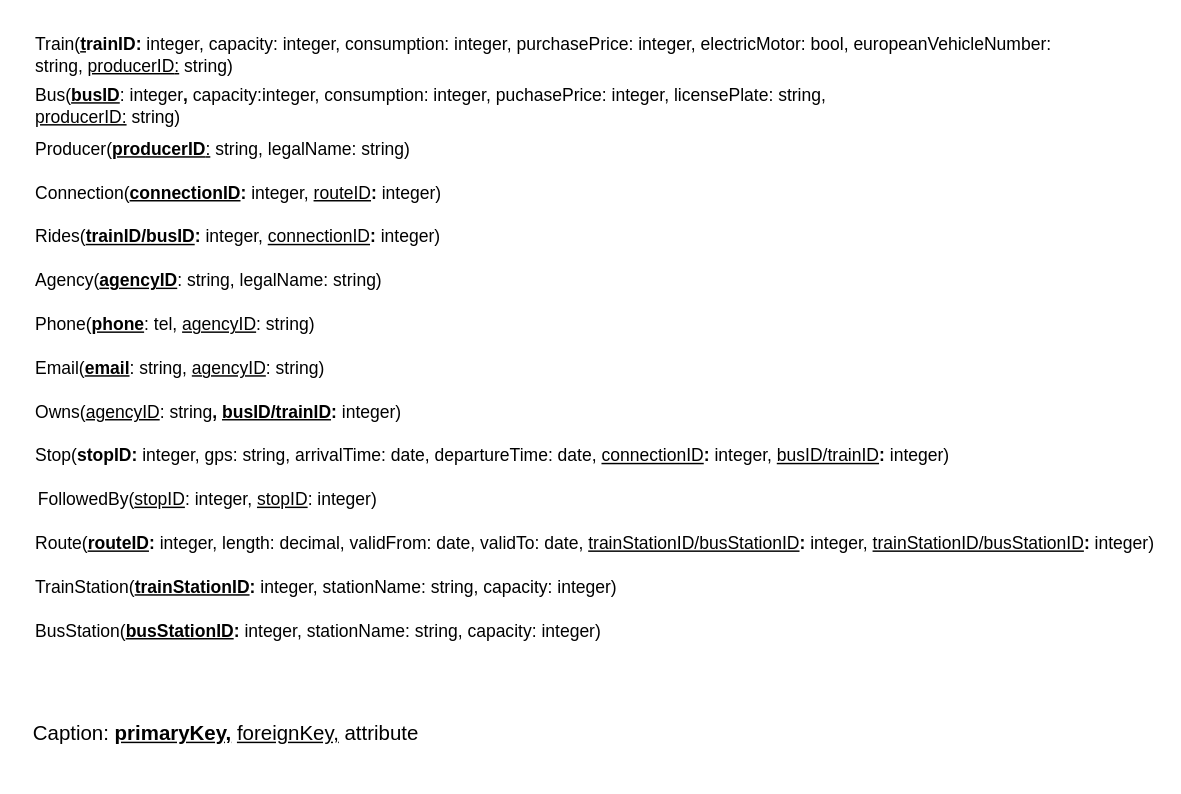
Earlier version of the draw.io diagram 4/model/relational.drawio (zhukovdm/T1G4). Source tidied: cells renumbered, new cells numbered last; positions are measured from the earlier drawing's top-left corner, leaving out a move shared by most shapes. Both pictures are drawn from the tidied source at 146%, with x=0, y=0 at pixel (25, 25).
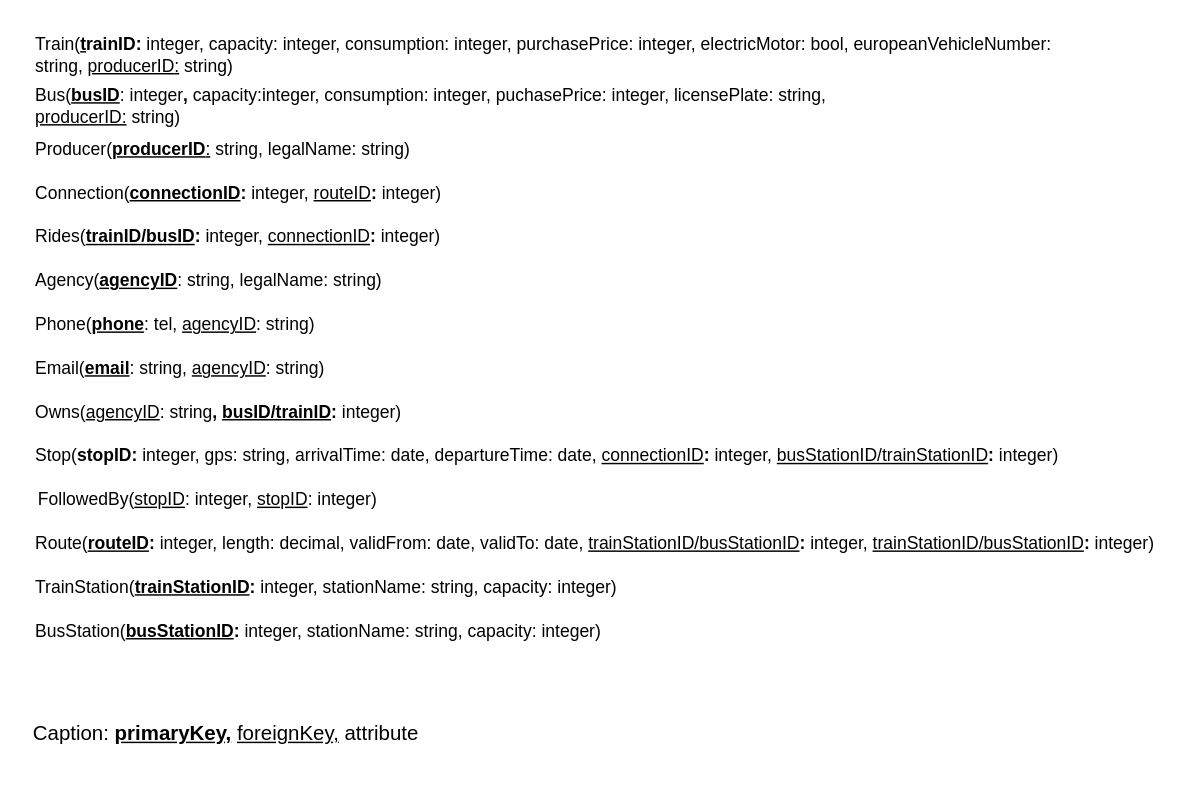
After the change.

Commit message (it also covers changes not shown here):
fixed typo in stops

Change to the diagram source:
```diff
@@
 <mxGraphModel>
   <root>
     <mxCell id="0" />
     <mxCell id="1" parent="0" />
     <mxCell id="2" value="Train(&lt;b&gt;&lt;u&gt;t&lt;/u&gt;&lt;/b&gt;&lt;b&gt;rainID:&lt;/b&gt;&amp;nbsp;integer, capacity: integer, consumption: integer, purchasePrice: integer, electricMotor: bool, europeanVehicleNumber: string, &lt;u&gt;producerID&lt;/u&gt;&lt;u&gt;:&lt;/u&gt;&amp;nbsp;string)" style="text;html=1;strokeColor=none;fillColor=none;align=left;verticalAlign=middle;whiteSpace=wrap;rounded=0;" parent="1" vertex="1">
       <mxGeometry x="5" width="700" height="40" as="geometry" />
     </mxCell>
     <mxCell id="3" value="Bus(&lt;u style=&quot;font-weight: bold&quot;&gt;busID&lt;/u&gt;: integer&lt;u style=&quot;font-weight: bold&quot;&gt;,&lt;/u&gt; capacity:integer, consumption: integer, puchasePrice: integer, licensePlate: string, &lt;u&gt;producerID:&lt;/u&gt;&amp;nbsp;string)" style="text;html=1;strokeColor=none;fillColor=none;align=left;verticalAlign=middle;whiteSpace=wrap;rounded=0;" parent="1" vertex="1">
       <mxGeometry x="5" y="40" width="550" height="30" as="geometry" />
     </mxCell>
     <mxCell id="4" value="Producer(&lt;b&gt;&lt;u&gt;producerID&lt;/u&gt;&lt;/b&gt;&lt;u&gt;:&lt;/u&gt;&amp;nbsp;string, legalName: string)" style="text;html=1;strokeColor=none;fillColor=none;align=left;verticalAlign=middle;whiteSpace=wrap;rounded=0;" parent="1" vertex="1">
       <mxGeometry x="5" y="70" width="260" height="30" as="geometry" />
     </mxCell>
     <mxCell id="5" value="Connection(&lt;b&gt;&lt;u&gt;connectionID&lt;/u&gt;&lt;/b&gt;&lt;b&gt;:&lt;/b&gt;&amp;nbsp;integer, &lt;u&gt;routeID&lt;/u&gt;&lt;b&gt;:&lt;/b&gt;&amp;nbsp;integer)" style="text;html=1;strokeColor=none;fillColor=none;align=left;verticalAlign=middle;whiteSpace=wrap;rounded=0;" parent="1" vertex="1">
       <mxGeometry x="5" y="100" width="290" height="30" as="geometry" />
     </mxCell>
     <mxCell id="6" value="Rides(&lt;b&gt;&lt;u&gt;trainID/busID&lt;/u&gt;&lt;/b&gt;&lt;b&gt;:&lt;/b&gt;&amp;nbsp;integer,&amp;nbsp;&lt;u&gt;connectionID&lt;/u&gt;&lt;b&gt;:&lt;/b&gt;&amp;nbsp;integer)" style="text;html=1;strokeColor=none;fillColor=none;align=left;verticalAlign=middle;whiteSpace=wrap;rounded=0;" parent="1" vertex="1">
       <mxGeometry x="5" y="130" width="280" height="30" as="geometry" />
     </mxCell>
     <mxCell id="7" value="Agency(&lt;b&gt;&lt;u&gt;agencyID&lt;/u&gt;&lt;/b&gt;: string, legalName: string)" style="text;html=1;strokeColor=none;fillColor=none;align=left;verticalAlign=middle;whiteSpace=wrap;rounded=0;" parent="1" vertex="1">
       <mxGeometry x="5" y="160" width="240" height="30" as="geometry" />
     </mxCell>
     <mxCell id="8" value="Phone(&lt;b&gt;&lt;u&gt;phone&lt;/u&gt;&lt;/b&gt;: tel, &lt;u&gt;agencyID&lt;/u&gt;: string)" style="text;html=1;strokeColor=none;fillColor=none;align=left;verticalAlign=middle;whiteSpace=wrap;rounded=0;" parent="1" vertex="1">
       <mxGeometry x="5" y="190" width="200" height="30" as="geometry" />
     </mxCell>
     <mxCell id="9" value="Email(&lt;b&gt;&lt;u&gt;email&lt;/u&gt;&lt;/b&gt;: string, &lt;u&gt;agencyID&lt;/u&gt;: string)" style="text;html=1;strokeColor=none;fillColor=none;align=left;verticalAlign=middle;whiteSpace=wrap;rounded=0;" parent="1" vertex="1">
       <mxGeometry x="5" y="220" width="210" height="30" as="geometry" />
     </mxCell>
     <mxCell id="10" value="Owns(&lt;u&gt;agencyID&lt;/u&gt;: string&lt;b&gt;, &lt;u&gt;busID/trainID&lt;/u&gt;&lt;/b&gt;&lt;b&gt;:&lt;/b&gt;&amp;nbsp;integer)" style="text;html=1;strokeColor=none;fillColor=none;align=left;verticalAlign=middle;whiteSpace=wrap;rounded=0;" parent="1" vertex="1">
       <mxGeometry x="5" y="250" width="260" height="30" as="geometry" />
     </mxCell>
-    <mxCell id="11" value="Stop(&lt;b&gt;stopID&lt;/b&gt;&lt;b&gt;:&lt;/b&gt;&amp;nbsp;integer, gps: string, arrivalTime: date, departureTime: date, &lt;u&gt;connectionID&lt;/u&gt;&lt;b&gt;:&lt;/b&gt;&amp;nbsp;integer, &lt;u&gt;busID/trainID&lt;/u&gt;&lt;b&gt;:&lt;/b&gt;&amp;nbsp;integer)" style="text;html=1;strokeColor=none;fillColor=none;align=left;verticalAlign=middle;whiteSpace=wrap;rounded=0;" parent="1" vertex="1">
-      <mxGeometry x="5" y="280" width="630" height="30" as="geometry" />
+    <mxCell id="11" value="Stop(&lt;b&gt;stopID&lt;/b&gt;&lt;b&gt;:&lt;/b&gt;&amp;nbsp;integer, gps: string, arrivalTime: date, departureTime: date, &lt;u&gt;connectionID&lt;/u&gt;&lt;b&gt;:&lt;/b&gt;&amp;nbsp;integer, &lt;u&gt;busStationID/trainStationID&lt;/u&gt;&lt;b&gt;:&lt;/b&gt;&amp;nbsp;integer)" style="text;html=1;strokeColor=none;fillColor=none;align=left;verticalAlign=middle;whiteSpace=wrap;rounded=0;" parent="1" vertex="1">
+      <mxGeometry x="5" y="280" width="710" height="30" as="geometry" />
     </mxCell>
     <mxCell id="12" value="Route(&lt;b&gt;&lt;u&gt;routeID&lt;/u&gt;&lt;/b&gt;&lt;b&gt;:&lt;/b&gt;&amp;nbsp;integer,&amp;nbsp;length: decimal, validFrom: date, validTo: date, &lt;u&gt;trainStationID/busStationID&lt;/u&gt;&lt;b&gt;:&lt;/b&gt;&amp;nbsp;integer, &lt;u&gt;trainStationID/busStationID&lt;/u&gt;&lt;b&gt;:&lt;/b&gt;&amp;nbsp;integer)" style="text;html=1;strokeColor=none;fillColor=none;align=left;verticalAlign=middle;whiteSpace=wrap;rounded=0;" parent="1" vertex="1">
       <mxGeometry x="5" y="340" width="770" height="30" as="geometry" />
     </mxCell>
     <mxCell id="13" style="edgeStyle=none;html=1;" parent="1" edge="1" source="14" target="12">
       <mxGeometry relative="1" as="geometry" />
     </mxCell>
     <mxCell id="14" value="TrainStation(&lt;b&gt;&lt;u&gt;trainStationID&lt;/u&gt;&lt;/b&gt;&lt;b&gt;:&lt;/b&gt;&amp;nbsp;integer, stationName: string, capacity: integer)&amp;nbsp;&amp;nbsp;" style="text;html=1;strokeColor=none;fillColor=none;align=left;verticalAlign=middle;whiteSpace=wrap;rounded=0;" parent="1" vertex="1">
       <mxGeometry x="5" y="370" width="410" height="30" as="geometry" />
     </mxCell>
     <mxCell id="15" value="BusStation(&lt;b&gt;&lt;u&gt;busStationID&lt;/u&gt;&lt;/b&gt;&lt;b&gt;:&lt;/b&gt;&amp;nbsp;integer, stationName: string, capacity: integer)" style="text;html=1;strokeColor=none;fillColor=none;align=left;verticalAlign=middle;whiteSpace=wrap;rounded=0;" parent="1" vertex="1">
       <mxGeometry x="5" y="400" width="390" height="30" as="geometry" />
     </mxCell>
     <mxCell id="16" value="&lt;font style=&quot;font-size: 14px&quot;&gt;Caption: &lt;b&gt;&lt;u&gt;primaryKey,&lt;/u&gt;&amp;nbsp;&lt;/b&gt;&lt;u&gt;foreignKey,&lt;/u&gt;&amp;nbsp;attribute&lt;/font&gt;" style="text;html=1;strokeColor=none;fillColor=none;align=center;verticalAlign=middle;whiteSpace=wrap;rounded=0;" parent="1" vertex="1">
       <mxGeometry y="460" width="275" height="50" as="geometry" />
     </mxCell>
     <mxCell id="17" value="&lt;div style=&quot;text-align: left&quot;&gt;&lt;span&gt;FollowedBy(&lt;/span&gt;&lt;u&gt;stopID&lt;/u&gt;&lt;span&gt;: integer, &lt;/span&gt;&lt;u&gt;stopID&lt;/u&gt;&lt;span&gt;: integer)&lt;/span&gt;&lt;/div&gt;" style="text;html=1;strokeColor=none;fillColor=none;align=center;verticalAlign=middle;whiteSpace=wrap;rounded=0;" parent="1" vertex="1">
       <mxGeometry x="5" y="310" width="240" height="30" as="geometry" />
     </mxCell>
   </root>
 </mxGraphModel>
```
